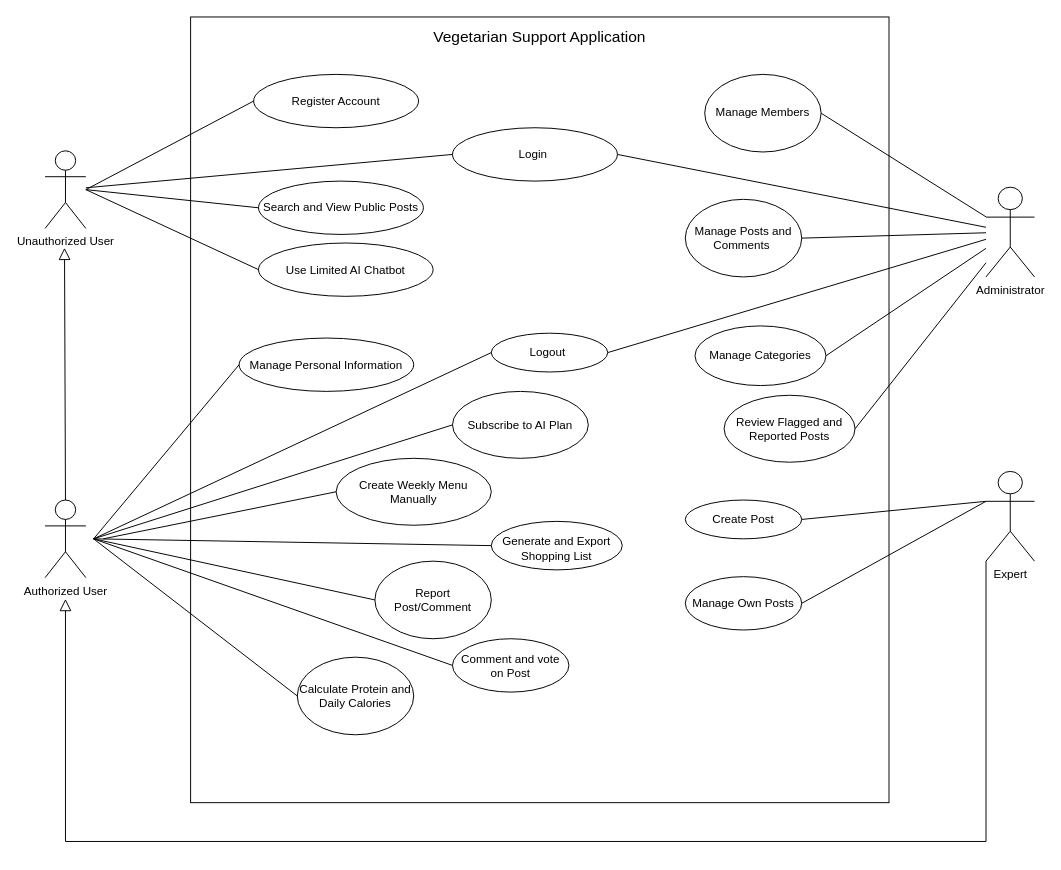
Above: docs/diagrams/UseCase/usecase-vegetarian-support-application.drawio in NgaiLong49423/vegetarian-support-system (draw.io), before the change. Source tidied: cells renumbered, new cells numbered last; positions are measured from the earlier drawing's top-left corner, leaving out a move shared by most shapes. Both pictures are drawn from the tidied source at 97%, with x=0, y=0 at pixel (45, 16).
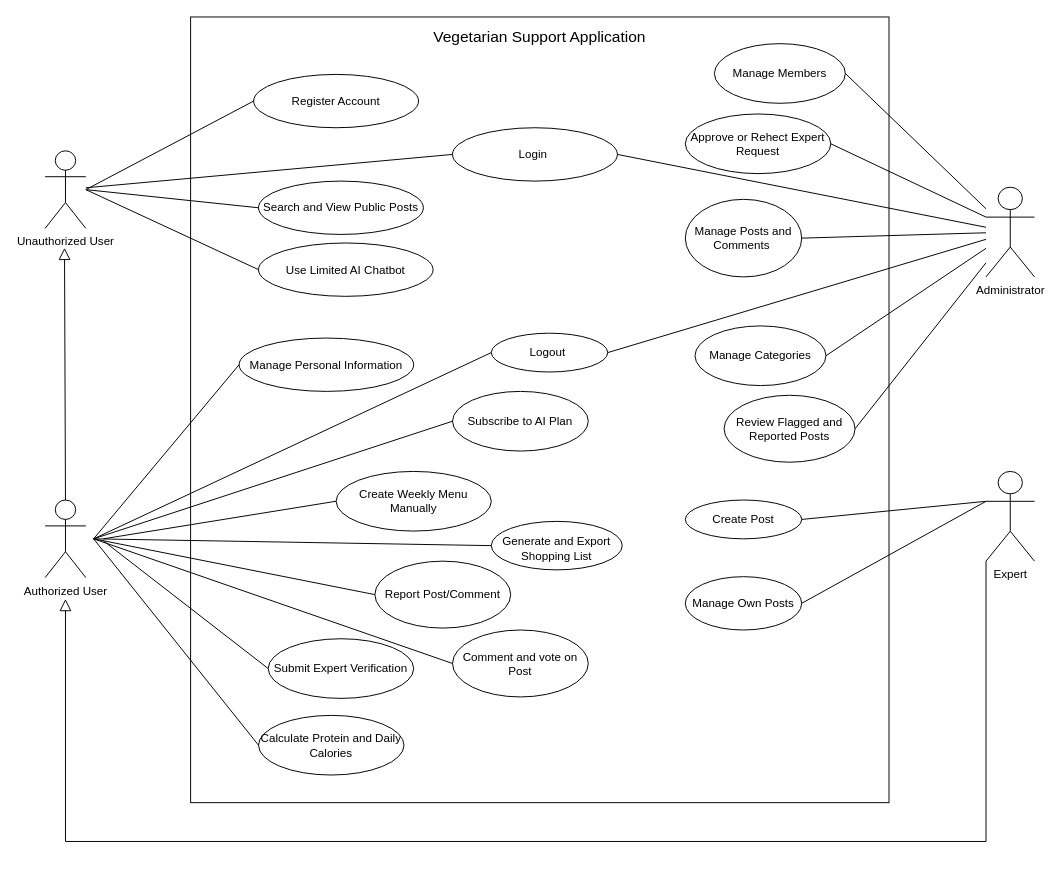
After the change.

Commit message (it also covers changes not shown here):
chore(diagram): update use case diagram and associated image

Unchanged cells that the change refers to:
```xml
<mxCell id="5" value="Administrator" style="shape=umlActor;verticalLabelPosition=bottom;verticalAlign=top;html=1;outlineConnect=0;strokeWidth=1;fontFamily=Helvetica;fontSize=12;" parent="1" vertex="1">
  <mxGeometry x="970" y="175.5" width="50" height="92.5" as="geometry" />
</mxCell>
```

Diff of the diagram source:
```diff
@@
     <mxCell id="16" value="Comment and vote on Post" style="ellipse;whiteSpace=wrap;html=1;shapeInside=1;fontSize=12;" parent="1" vertex="1">
-      <mxGeometry x="420" y="641" width="120" height="55" as="geometry" />
+      <mxGeometry x="420" y="632" width="140" height="69" as="geometry" />
     </mxCell>
@@
     <mxCell id="20" value="Manage Members" style="ellipse;whiteSpace=wrap;html=1;shapeInside=1;fontSize=12;" parent="1" vertex="1">
-      <mxGeometry x="680" y="59.2" width="120" height="80" as="geometry" />
+      <mxGeometry x="690" y="27.5" width="135" height="61.5" as="geometry" />
     </mxCell>
     <mxCell id="21" value="Subscribe to AI Plan" style="ellipse;whiteSpace=wrap;html=1;shapeInside=1;fontSize=12;" parent="1" vertex="1">
-      <mxGeometry x="420" y="386" width="140" height="69" as="geometry" />
+      <mxGeometry x="420" y="386" width="140" height="61.5" as="geometry" />
     </mxCell>
     <mxCell id="22" value="Create Weekly Menu Manually" style="ellipse;whiteSpace=wrap;html=1;shapeInside=1;fontSize=12;" parent="1" vertex="1">
-      <mxGeometry x="300" y="455" width="160" height="69" as="geometry" />
+      <mxGeometry x="300" y="468.5" width="160" height="61.5" as="geometry" />
     </mxCell>
     <mxCell id="23" value="Report Post/Comment" style="ellipse;whiteSpace=wrap;html=1;shapeInside=1;fontSize=12;" parent="1" vertex="1">
-      <mxGeometry x="340" y="561" width="120" height="80" as="geometry" />
+      <mxGeometry x="340" y="561" width="140" height="69" as="geometry" />
     </mxCell>
     <mxCell id="24" value="&lt;div&gt;Calculate Protein and Daily Calories&lt;/div&gt;" style="ellipse;whiteSpace=wrap;html=1;shapeInside=1;fontSize=12;" parent="1" vertex="1">
-      <mxGeometry x="260" y="660" width="120" height="80" as="geometry" />
+      <mxGeometry x="220" y="720" width="150" height="61.5" as="geometry" />
     </mxCell>
@@
+    <mxCell id="47" value="Submit Expert Verification" style="ellipse;whiteSpace=wrap;html=1;shapeInside=1;" parent="1" vertex="1">
+      <mxGeometry x="230" y="641" width="150" height="61.5" as="geometry" />
+    </mxCell>
+    <mxCell id="48" value="Approve or Rehect Expert Request" style="ellipse;whiteSpace=wrap;html=1;shapeInside=1;fontSize=12;" parent="1" vertex="1">
+      <mxGeometry x="660" y="100" width="150" height="61.5" as="geometry" />
+    </mxCell>
+    <mxCell id="49" style="endArrow=none;html=1;rounded=0;entryX=1;entryY=0.5;entryDx=0;entryDy=0;exitX=0;exitY=0.3333333333333333;exitDx=0;exitDy=0;exitPerimeter=0;" parent="1" edge="1" source="5" target="48">
+      <mxGeometry relative="1" as="geometry" />
+    </mxCell>
+    <mxCell id="50" style="endArrow=none;html=1;rounded=0;exitX=0;exitY=0.5;exitDx=0;exitDy=0;" parent="1" edge="1" source="47">
+      <mxGeometry relative="1" as="geometry">
+        <mxPoint x="60" y="540" as="targetPoint" />
+      </mxGeometry>
+    </mxCell>
```
